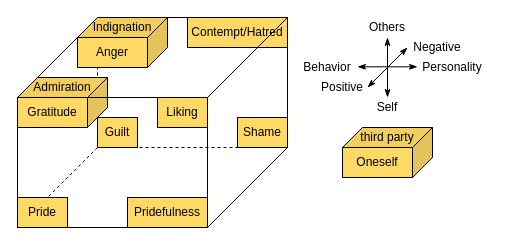
The draw.io diagram paper/assets/elster_social_emotion.drawio in quyujunbbb/integration, before the edit. Source tidied: cells renumbered, new cells numbered last; positions are measured from the earlier drawing's top-left corner, leaving out a move shared by most shapes. Both pictures are drawn from the tidied source at 100%, with x=0, y=0 at pixel (17, 17).
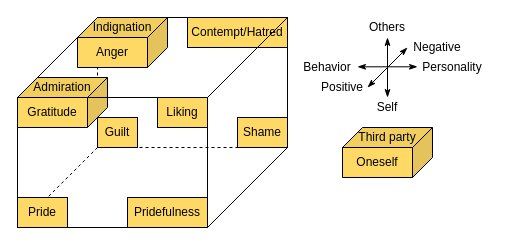
After the change.

Diff of the diagram source:
```diff
@@
-    <mxCell id="27" value="third party" style="shape=parallelogram;perimeter=parallelogramPerimeter;whiteSpace=wrap;html=1;fixedSize=1;size=20;fillColor=none;strokeColor=none;" parent="1" vertex="1">
+    <mxCell id="27" value="Third party" style="shape=parallelogram;perimeter=parallelogramPerimeter;whiteSpace=wrap;html=1;fixedSize=1;size=20;fillColor=none;strokeColor=none;" parent="1" vertex="1">
       <mxGeometry x="325" y="110" width="90" height="20" as="geometry" />
     </mxCell>
```
